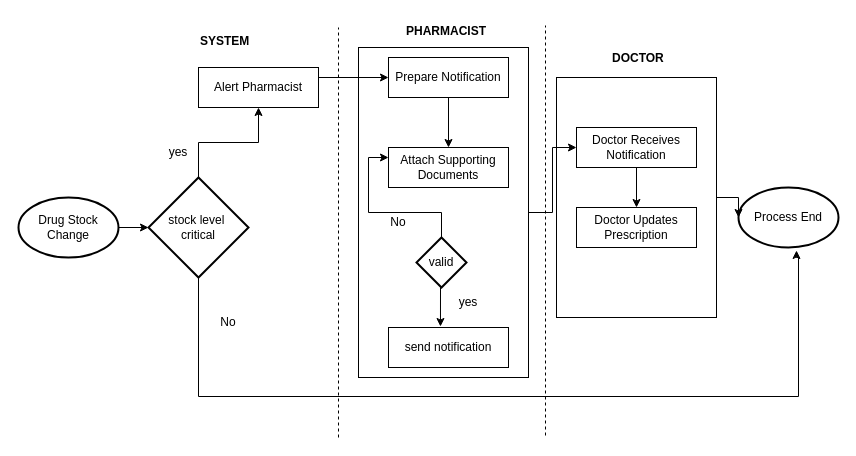
The draw.io diagram practical assessment - BPM.drawio in Icey-Python/DIAGRAMS, before the edit. Source tidied: cells renumbered, new cells numbered last; positions are measured from the earlier drawing's top-left corner, leaving out a move shared by most shapes. Both pictures are drawn from the tidied source at 100%, with x=0, y=0 at pixel (18, 17).
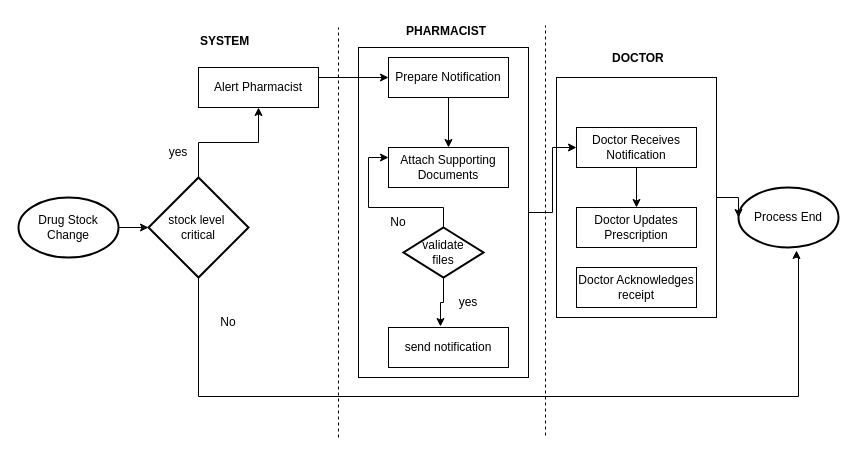
Above is the later version.

What changed in the source:
```diff
@@
-    <mxCell id="18" value="valid" style="strokeWidth=2;html=1;shape=mxgraph.flowchart.decision;whiteSpace=wrap;" parent="1" vertex="1">
-      <mxGeometry x="398" y="220" width="50" height="50" as="geometry" />
+    <mxCell id="18" value="&lt;div&gt;validate&lt;/div&gt;&lt;div&gt;files&lt;/div&gt;" style="strokeWidth=2;html=1;shape=mxgraph.flowchart.decision;whiteSpace=wrap;" parent="1" vertex="1">
+      <mxGeometry x="385" y="210" width="80" height="50" as="geometry" />
     </mxCell>
@@
+    <mxCell id="33" value="Doctor Acknowledges receipt" style="rounded=0;whiteSpace=wrap;html=1;" parent="1" vertex="1">
+      <mxGeometry x="558" y="250" width="120" height="40" as="geometry" />
+    </mxCell>
```
